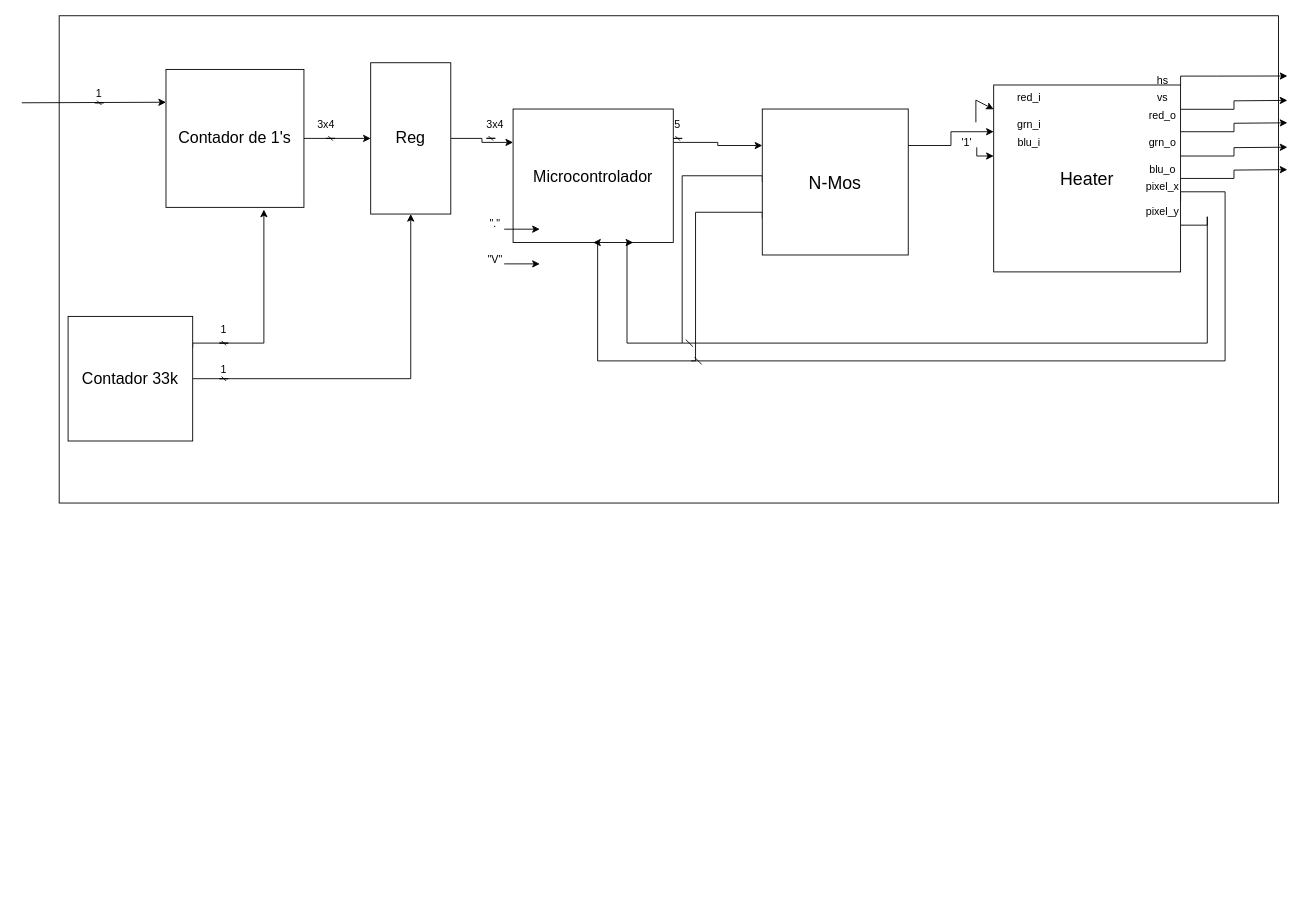
The draw.io diagram page "Page-1" (1 of 3) of template.drawio in jmoro1/EDIII, before the edit. Source tidied: cells renumbered, new cells numbered last; positions are measured from the earlier drawing's top-left corner, leaving out a move shared by most shapes. Both pictures are drawn from the tidied source at 89%, with x=0, y=0 at pixel (21, 15).
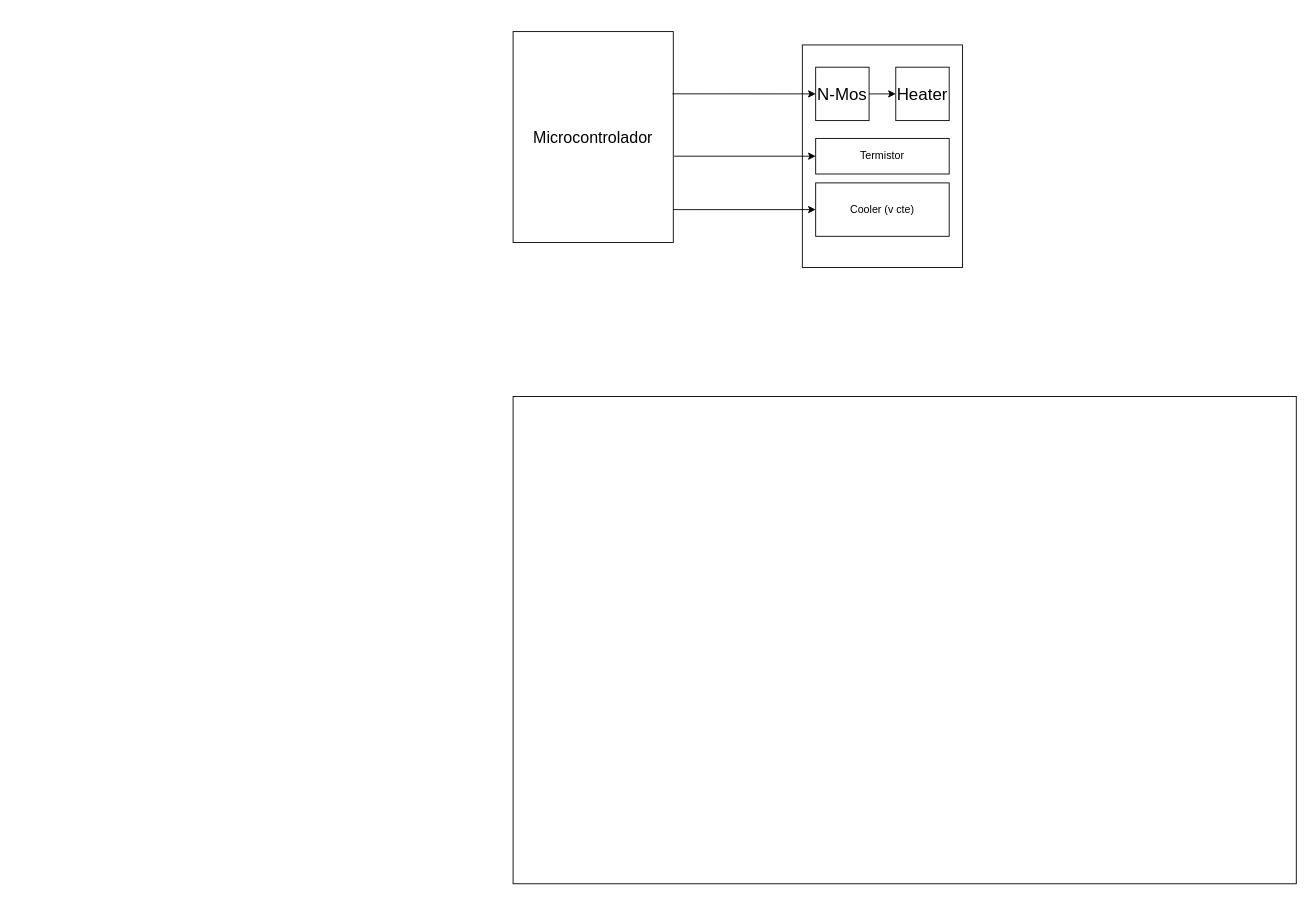
Above is the later version.

The edit, as a diff of the source:
```diff
@@
+    <mxCell id="54" style="rounded=0;whiteSpace=wrap;html=1;" parent="1" vertex="1">
+      <mxGeometry x="877" y="33" width="180" height="250" as="geometry" />
+    </mxCell>
     <mxCell id="2" style="rounded=0;whiteSpace=wrap;html=1;" parent="1" vertex="1">
-      <mxGeometry x="42" y="0.2" width="1370" height="547.5" as="geometry" />
+      <mxGeometry x="552" y="428" width="880" height="547.5" as="geometry" />
     </mxCell>
-    <mxCell id="3" style="edgeStyle=orthogonalEdgeStyle;rounded=0;jettySize=auto;html=1;exitX=1;exitY=0.5;exitDx=0;exitDy=0;entryX=0.5;entryY=1;entryDx=0;entryDy=0;" parent="1" edge="1" source="4" target="9">
-      <mxGeometry relative="1" as="geometry" />
-    </mxCell>
-    <mxCell id="4" value="&lt;font style=&quot;font-size: 18px;&quot;&gt;Contador de 1's&lt;br&gt;&lt;/font&gt;" style="whiteSpace=wrap;html=1;" parent="1" vertex="1">
-      <mxGeometry x="162" y="60.5" width="155" height="155" as="geometry" />
-    </mxCell>
-    <mxCell id="5" style="edgeStyle=orthogonalEdgeStyle;rounded=0;jettySize=auto;html=1;exitX=1;exitY=0.25;exitDx=0;exitDy=0;" parent="1" edge="1" source="7">
-      <mxGeometry relative="1" as="geometry">
-        <mxPoint x="272" y="218" as="targetPoint" />
-        <Array as="points">
-          <mxPoint x="192" y="368" />
-          <mxPoint x="272" y="368" />
-        </Array>
-      </mxGeometry>
-    </mxCell>
-    <mxCell id="6" style="edgeStyle=orthogonalEdgeStyle;rounded=0;jettySize=auto;html=1;exitX=1;exitY=0.5;exitDx=0;exitDy=0;entryX=1;entryY=0.5;entryDx=0;entryDy=0;" parent="1" edge="1" source="7" target="9">
-      <mxGeometry relative="1" as="geometry" />
-    </mxCell>
-    <mxCell id="7" value="Contador 33k" style="whiteSpace=wrap;html=1;fontSize=18;" parent="1" vertex="1">
-      <mxGeometry x="52" y="338" width="140" height="140" as="geometry" />
-    </mxCell>
-    <mxCell id="8" style="edgeStyle=orthogonalEdgeStyle;rounded=0;jettySize=auto;html=1;exitX=0.5;exitY=0;exitDx=0;exitDy=0;entryX=0.25;entryY=1;entryDx=0;entryDy=0;" parent="1" edge="1" source="9" target="11">
-      <mxGeometry relative="1" as="geometry" />
-    </mxCell>
-    <mxCell id="9" value="Reg" style="rounded=0;whiteSpace=wrap;html=1;direction=south;fontSize=18;points=[[0,0,0,0,0],[0,0.25,0,0,0],[0,0.62,0,0,0],[0,0.75,0,0,0],[0,0.88,0,0,0],[0,1,0,0,0],[0.25,0,0,0,0],[0.25,1,0,0,0],[0.5,0,0,0,0],[0.5,1,0,0,0],[0.75,0,0,0,0],[0.75,1,0,0,0],[1,0,0,0,0],[1,0.25,0,0,0],[1,0.5,0,0,0],[1,0.75,0,0,0],[1,1,0,0,0]];" parent="1" vertex="1">
-      <mxGeometry x="392" y="53" width="90" height="170" as="geometry" />
-    </mxCell>
+    <mxCell id="11" value="&lt;font style=&quot;font-size: 18px;&quot;&gt;Microcontrolador&lt;/font&gt;" style="rounded=0;whiteSpace=wrap;html=1;direction=south;fontSize=20;" parent="1" vertex="1">
+      <mxGeometry x="552" y="18" width="180" height="237" as="geometry" />
+    </mxCell>
+    <mxCell id="14" value="&lt;font style=&quot;font-size: 19px;&quot;&gt;N-Mos&lt;/font&gt;" style="whiteSpace=wrap;html=1;fontSize=20;" parent="1" vertex="1">
+      <mxGeometry x="892" y="58" width="60" height="60" as="geometry" />
+    </mxCell>
+    <mxCell id="22" value="&lt;font style=&quot;font-size: 19px;&quot;&gt;Heater&lt;/font&gt;" style="whiteSpace=wrap;html=1;fontSize=20;" parent="1" vertex="1">
+      <mxGeometry x="982" y="58" width="60" height="60" as="geometry" />
+    </mxCell>
+    <mxCell id="55" value="&lt;div&gt;Cooler (v cte)&lt;br&gt;&lt;/div&gt;" style="rounded=0;whiteSpace=wrap;html=1;" parent="1" vertex="1">
+      <mxGeometry x="892" y="188" width="150" height="60" as="geometry" />
+    </mxCell>
+    <mxCell id="56" value="Termistor" style="rounded=0;whiteSpace=wrap;html=1;" parent="1" vertex="1">
+      <mxGeometry x="892" y="138" width="150" height="40" as="geometry" />
+    </mxCell>
+    <mxCell id="57" style="endArrow=classic;html=1;rounded=0;entryX=0;entryY=0.5;entryDx=0;entryDy=0;exitX=0.844;exitY=0;exitDx=0;exitDy=0;exitPerimeter=0;" parent="1" edge="1" source="11" target="55">
+      <mxGeometry relative="1" as="geometry" />
+    </mxCell>
+    <mxCell id="58" style="endArrow=classic;html=1;rounded=0;entryX=0;entryY=0.5;entryDx=0;entryDy=0;" parent="1" edge="1" target="56">
+      <mxGeometry relative="1" as="geometry">
+        <mxPoint x="733" y="158" as="sourcePoint" />
+      </mxGeometry>
+    </mxCell>
-    <mxCell id="10" style="edgeStyle=orthogonalEdgeStyle;rounded=0;jettySize=auto;html=1;exitX=0.25;exitY=0;exitDx=0;exitDy=0;entryX=0;entryY=0.25;entryDx=0;entryDy=0;" parent="1" edge="1" source="11" target="14">
+    <mxCell id="10" style="endArrow=classic;html=1;rounded=0;entryX=0;entryY=0.5;entryDx=0;entryDy=0;exitX=0.295;exitY=0.005;exitDx=0;exitDy=0;exitPerimeter=0;" parent="1" edge="1" source="11" target="14">
       <mxGeometry relative="1" as="geometry" />
     </mxCell>
-    <mxCell id="11" value="&lt;font style=&quot;font-size: 18px;&quot;&gt;Microcontrolador&lt;/font&gt;" style="rounded=0;whiteSpace=wrap;html=1;direction=south;fontSize=20;" parent="1" vertex="1">
-      <mxGeometry x="552" y="105" width="180" height="150" as="geometry" />
-    </mxCell>
-    <mxCell id="12" style="edgeStyle=orthogonalEdgeStyle;rounded=0;jettySize=auto;html=1;exitX=0;exitY=0.5;exitDx=0;exitDy=0;entryX=1;entryY=0.25;entryDx=0;entryDy=0;" parent="1" edge="1" source="14" target="11">
-      <mxGeometry relative="1" as="geometry">
-        <Array as="points">
-          <mxPoint x="742" y="180" />
-          <mxPoint x="742" y="368" />
-          <mxPoint x="680" y="368" />
-        </Array>
-      </mxGeometry>
-    </mxCell>
-    <mxCell id="13" style="edgeStyle=orthogonalEdgeStyle;rounded=0;jettySize=auto;html=1;exitX=0;exitY=0.75;exitDx=0;exitDy=0;entryX=1;entryY=0.5;entryDx=0;entryDy=0;" parent="1" edge="1" source="14" target="11">
-      <mxGeometry relative="1" as="geometry">
-        <Array as="points">
-          <mxPoint x="757" y="221" />
-          <mxPoint x="757" y="388" />
-          <mxPoint x="647" y="388" />
-        </Array>
-      </mxGeometry>
-    </mxCell>
-    <mxCell id="14" value="N-Mos" style="whiteSpace=wrap;html=1;fontSize=20;" parent="1" vertex="1">
-      <mxGeometry x="832" y="105" width="164" height="164" as="geometry" />
-    </mxCell>
-    <mxCell id="15" style="edgeStyle=orthogonalEdgeStyle;rounded=0;jettySize=auto;html=1;exitX=1;exitY=0.75;exitDx=0;exitDy=0;strokeColor=default;endArrow=dash;endFill=0;" parent="1" edge="1" source="22">
-      <mxGeometry relative="1" as="geometry">
-        <mxPoint x="742" y="368" as="targetPoint" />
-        <Array as="points">
-          <mxPoint x="1332" y="226" />
-          <mxPoint x="1332" y="368" />
-          <mxPoint x="762" y="368" />
-        </Array>
-      </mxGeometry>
-    </mxCell>
-    <mxCell id="16" style="edgeStyle=orthogonalEdgeStyle;rounded=0;jettySize=auto;html=1;exitX=1;exitY=0.62;exitDx=0;exitDy=0;exitPerimeter=0;endArrow=dash;endFill=0;" parent="1" edge="1" source="22">
-      <mxGeometry relative="1" as="geometry">
-        <mxPoint x="752" y="388" as="targetPoint" />
-        <Array as="points">
-          <mxPoint x="1352" y="198" />
-          <mxPoint x="1352" y="388" />
-        </Array>
-      </mxGeometry>
-    </mxCell>
-    <mxCell id="17" style="edgeStyle=orthogonalEdgeStyle;rounded=0;jettySize=auto;html=1;exitX=1;exitY=0;exitDx=0;exitDy=0;exitPerimeter=0;" parent="1" edge="1" source="22">
-      <mxGeometry relative="1" as="geometry">
-        <mxPoint x="1422" y="67.9" as="targetPoint" />
-        <Array as="points">
-          <mxPoint x="1342" y="68" />
-          <mxPoint x="1342" y="68" />
-        </Array>
-      </mxGeometry>
-    </mxCell>
-    <mxCell id="18" style="edgeStyle=orthogonalEdgeStyle;rounded=0;jettySize=auto;html=1;exitX=1;exitY=0.13;exitDx=0;exitDy=0;exitPerimeter=0;" parent="1" edge="1" source="22">
-      <mxGeometry relative="1" as="geometry">
-        <mxPoint x="1422" y="95.3" as="targetPoint" />
-      </mxGeometry>
-    </mxCell>
-    <mxCell id="19" style="edgeStyle=orthogonalEdgeStyle;rounded=0;jettySize=auto;html=1;exitX=1;exitY=0.25;exitDx=0;exitDy=0;exitPerimeter=0;" parent="1" edge="1" source="22">
-      <mxGeometry relative="1" as="geometry">
-        <mxPoint x="1422" y="120.5" as="targetPoint" />
-      </mxGeometry>
-    </mxCell>
-    <mxCell id="20" style="edgeStyle=orthogonalEdgeStyle;rounded=0;jettySize=auto;html=1;exitX=1;exitY=0.38;exitDx=0;exitDy=0;exitPerimeter=0;" parent="1" edge="1" source="22">
-      <mxGeometry relative="1" as="geometry">
-        <mxPoint x="1422" y="147.9" as="targetPoint" />
-      </mxGeometry>
-    </mxCell>
-    <mxCell id="21" style="edgeStyle=orthogonalEdgeStyle;rounded=0;jettySize=auto;html=1;exitX=1;exitY=0.5;exitDx=0;exitDy=0;exitPerimeter=0;" parent="1" edge="1" source="22">
-      <mxGeometry relative="1" as="geometry">
-        <mxPoint x="1422" y="173.1" as="targetPoint" />
-      </mxGeometry>
-    </mxCell>
-    <mxCell id="22" value="Heater" style="whiteSpace=wrap;html=1;fontSize=20;points=[[0,0,0,0,0],[0,0.13,0,0,0],[0,0.25,0,0,0],[0,0.38,0,0,0],[0,0.5,0,0,0],[0,0.75,0,0,0],[0,1,0,0,0],[0.25,0,0,0,0],[0.25,1,0,0,0],[0.5,0,0,0,0],[0.5,1,0,0,0],[0.75,0,0,0,0],[0.75,1,0,0,0],[1,0,0,0,0],[1,0.13,0,0,0],[1,0.25,0,0,0],[1,0.38,0,0,0],[1,0.5,0,0,0],[1,0.62,0,0,0],[1,0.75,0,0,0],[1,1,0,0,0]];" parent="1" vertex="1">
-      <mxGeometry x="1092" y="78" width="210" height="210" as="geometry" />
-    </mxCell>
-    <mxCell id="23" style="edgeStyle=orthogonalEdgeStyle;rounded=0;jettySize=auto;html=1;exitX=1;exitY=0.25;exitDx=0;exitDy=0;entryX=0;entryY=0.25;entryDx=0;entryDy=0;entryPerimeter=0;" parent="1" edge="1" source="14" target="22">
+    <mxCell id="23" style="endArrow=classic;html=1;rounded=0;entryX=0;entryY=0.5;entryDx=0;entryDy=0;exitX=1;exitY=0.5;exitDx=0;exitDy=0;" parent="1" edge="1" source="14" target="22">
       <mxGeometry relative="1" as="geometry" />
     </mxCell>
-    <mxCell id="24" style="edgeStyle=orthogonalEdgeStyle;rounded=0;jettySize=auto;html=1;entryX=0;entryY=0.38;entryDx=0;entryDy=0;entryPerimeter=0;" parent="1" edge="1" target="22">
-      <mxGeometry relative="1" as="geometry">
-        <mxPoint x="1073" y="148" as="sourcePoint" />
-        <Array as="points">
-          <mxPoint x="1073" y="149" />
-          <mxPoint x="1073" y="148" />
-        </Array>
-      </mxGeometry>
-    </mxCell>
-    <mxCell id="25" style="endArrow=classic;html=1;rounded=0;entryX=0;entryY=0.13;entryDx=0;entryDy=0;entryPerimeter=0;" parent="1" edge="1" target="22">
-      <mxGeometry relative="1" as="geometry">
-        <mxPoint x="1072" y="120" as="sourcePoint" />
-        <Array as="points">
-          <mxPoint x="1072" y="95" />
-        </Array>
-      </mxGeometry>
-    </mxCell>
-    <mxCell id="26" value="hs" style="text;html=1;strokeColor=none;fillColor=none;align=center;verticalAlign=middle;whiteSpace=wrap;rounded=0;" parent="1" vertex="1">
-      <mxGeometry x="1252" y="68" width="60" height="10" as="geometry" />
-    </mxCell>
-    <mxCell id="27" value="vs" style="text;html=1;strokeColor=none;fillColor=none;align=center;verticalAlign=middle;whiteSpace=wrap;rounded=0;" parent="1" vertex="1">
-      <mxGeometry x="1252" y="88" width="60" height="10" as="geometry" />
-    </mxCell>
-    <mxCell id="28" value="red_o" style="text;html=1;strokeColor=none;fillColor=none;align=center;verticalAlign=middle;whiteSpace=wrap;rounded=0;" parent="1" vertex="1">
-      <mxGeometry x="1252" y="108" width="60" height="10" as="geometry" />
-    </mxCell>
-    <mxCell id="29" value="grn_o" style="text;html=1;strokeColor=none;fillColor=none;align=center;verticalAlign=middle;whiteSpace=wrap;rounded=0;" parent="1" vertex="1">
-      <mxGeometry x="1252" y="138" width="60" height="10" as="geometry" />
-    </mxCell>
-    <mxCell id="30" value="blu_o" style="text;html=1;strokeColor=none;fillColor=none;align=center;verticalAlign=middle;whiteSpace=wrap;rounded=0;" parent="1" vertex="1">
-      <mxGeometry x="1252" y="168" width="60" height="10" as="geometry" />
-    </mxCell>
-    <mxCell id="31" value="pixel_x" style="text;html=1;strokeColor=none;fillColor=none;align=center;verticalAlign=middle;whiteSpace=wrap;rounded=0;" parent="1" vertex="1">
-      <mxGeometry x="1252" y="188" width="60" height="10" as="geometry" />
-    </mxCell>
-    <mxCell id="32" value="pixel_y" style="text;html=1;strokeColor=none;fillColor=none;align=center;verticalAlign=middle;whiteSpace=wrap;rounded=0;" parent="1" vertex="1">
-      <mxGeometry x="1252" y="215.5" width="60" height="10" as="geometry" />
-    </mxCell>
-    <mxCell id="33" value="red_i" style="text;html=1;strokeColor=none;fillColor=none;align=center;verticalAlign=middle;whiteSpace=wrap;rounded=0;" parent="1" vertex="1">
-      <mxGeometry x="1102" y="88" width="60" height="10" as="geometry" />
-    </mxCell>
-    <mxCell id="34" value="grn_i" style="text;html=1;strokeColor=none;fillColor=none;align=center;verticalAlign=middle;whiteSpace=wrap;rounded=0;" parent="1" vertex="1">
-      <mxGeometry x="1102" y="118" width="60" height="10" as="geometry" />
-    </mxCell>
-    <mxCell id="35" value="blu_i" style="text;html=1;strokeColor=none;fillColor=none;align=center;verticalAlign=middle;whiteSpace=wrap;rounded=0;" parent="1" vertex="1">
-      <mxGeometry x="1102" y="138" width="60" height="10" as="geometry" />
-    </mxCell>
-    <mxCell id="36" value="'1'" style="text;html=1;strokeColor=none;fillColor=none;align=center;verticalAlign=middle;whiteSpace=wrap;rounded=0;" parent="1" vertex="1">
-      <mxGeometry x="1052" y="138" width="20" height="10" as="geometry" />
-    </mxCell>
-    <mxCell id="37" style="endArrow=none;html=1;rounded=0;endFill=0;endSize=0;startSize=3;jumpSize=5;strokeWidth=1;shadow=0;startArrow=dash;startFill=0;fillColor=none;" parent="1" edge="1">
-      <mxGeometry relative="1" as="geometry">
-        <mxPoint x="342" y="138" as="sourcePoint" />
-        <mxPoint x="342" y="138" as="targetPoint" />
-        <Array as="points">
-          <mxPoint x="352" y="138" />
-        </Array>
-      </mxGeometry>
-    </mxCell>
-    <mxCell id="38" style="endArrow=none;html=1;rounded=0;endFill=0;endSize=0;startSize=3;jumpSize=5;strokeWidth=1;shadow=0;startArrow=dash;startFill=0;fillColor=none;" parent="1" edge="1">
-      <mxGeometry relative="1" as="geometry">
-        <mxPoint x="222" y="408" as="sourcePoint" />
-        <mxPoint x="222" y="408" as="targetPoint" />
-        <Array as="points">
-          <mxPoint x="232" y="408" />
-        </Array>
-      </mxGeometry>
-    </mxCell>
-    <mxCell id="39" style="endArrow=none;html=1;rounded=0;endFill=0;endSize=0;startSize=3;jumpSize=5;strokeWidth=1;shadow=0;startArrow=dash;startFill=0;fillColor=none;" parent="1" edge="1">
-      <mxGeometry relative="1" as="geometry">
-        <mxPoint x="222" y="368" as="sourcePoint" />
-        <mxPoint x="222" y="368" as="targetPoint" />
-        <Array as="points">
-          <mxPoint x="232" y="368" />
-        </Array>
-      </mxGeometry>
-    </mxCell>
-    <mxCell id="40" style="endArrow=none;html=1;rounded=0;endFill=0;endSize=0;startSize=3;jumpSize=5;strokeWidth=1;shadow=0;startArrow=dash;startFill=0;fillColor=none;" parent="1" edge="1">
-      <mxGeometry relative="1" as="geometry">
-        <mxPoint x="522" y="137.9" as="sourcePoint" />
-        <mxPoint x="522" y="137.9" as="targetPoint" />
-        <Array as="points">
-          <mxPoint x="532" y="137.9" />
-        </Array>
-      </mxGeometry>
-    </mxCell>
-    <mxCell id="41" style="endArrow=none;html=1;rounded=0;endFill=0;endSize=0;startSize=3;jumpSize=5;strokeWidth=1;shadow=0;startArrow=dash;startFill=0;fillColor=none;" parent="1" edge="1">
-      <mxGeometry relative="1" as="geometry">
-        <mxPoint x="732" y="138" as="sourcePoint" />
-        <mxPoint x="732" y="138" as="targetPoint" />
-        <Array as="points">
-          <mxPoint x="742" y="138" />
-        </Array>
-      </mxGeometry>
-    </mxCell>
-    <mxCell id="42" value="3x4" style="text;html=1;strokeColor=none;fillColor=none;align=center;verticalAlign=middle;whiteSpace=wrap;rounded=0;" parent="1" vertex="1">
-      <mxGeometry x="332" y="113" width="20" height="20" as="geometry" />
-    </mxCell>
-    <mxCell id="43" value="3x4" style="text;html=1;strokeColor=none;fillColor=none;align=center;verticalAlign=middle;whiteSpace=wrap;rounded=0;" parent="1" vertex="1">
-      <mxGeometry x="522" y="113" width="20" height="20" as="geometry" />
-    </mxCell>
-    <mxCell id="44" value="1" style="text;html=1;strokeColor=none;fillColor=none;align=center;verticalAlign=middle;whiteSpace=wrap;rounded=0;" parent="1" vertex="1">
-      <mxGeometry x="222" y="348" width="10" height="10" as="geometry" />
-    </mxCell>
-    <mxCell id="45" value="1" style="text;html=1;strokeColor=none;fillColor=none;align=center;verticalAlign=middle;whiteSpace=wrap;rounded=0;" parent="1" vertex="1">
-      <mxGeometry x="222" y="393" width="10" height="10" as="geometry" />
-    </mxCell>
-    <mxCell id="46" value="5" style="text;html=1;strokeColor=none;fillColor=none;align=center;verticalAlign=middle;whiteSpace=wrap;rounded=0;" parent="1" vertex="1">
-      <mxGeometry x="732" y="118" width="10" height="10" as="geometry" />
-    </mxCell>
-    <mxCell id="47" style="endArrow=classic;html=1;rounded=0;entryX=0.75;entryY=1;entryDx=0;entryDy=0;entryPerimeter=0;" parent="1" edge="1">
-      <mxGeometry relative="1" as="geometry">
-        <mxPoint x="542" y="240" as="sourcePoint" />
-        <mxPoint x="582" y="240" as="targetPoint" />
-      </mxGeometry>
-    </mxCell>
-    <mxCell id="48" style="endArrow=classic;html=1;rounded=0;entryX=0.75;entryY=1;entryDx=0;entryDy=0;entryPerimeter=0;" parent="1" edge="1">
-      <mxGeometry relative="1" as="geometry">
-        <mxPoint x="542" y="279" as="sourcePoint" />
-        <mxPoint x="582" y="279" as="targetPoint" />
-      </mxGeometry>
-    </mxCell>
-    <mxCell id="49" value="&quot;.&quot;" style="text;html=1;strokeColor=none;fillColor=none;align=center;verticalAlign=middle;whiteSpace=wrap;rounded=0;" parent="1" vertex="1">
-      <mxGeometry x="522" y="229" width="20" height="10" as="geometry" />
-    </mxCell>
-    <mxCell id="50" value="&quot;V&quot;" style="text;html=1;strokeColor=none;fillColor=none;align=center;verticalAlign=middle;whiteSpace=wrap;rounded=0;" parent="1" vertex="1">
-      <mxGeometry x="522" y="269" width="20" height="10" as="geometry" />
-    </mxCell>
-    <mxCell id="51" style="endArrow=classic;html=1;rounded=0;entryX=0.75;entryY=1;entryDx=0;entryDy=0;entryPerimeter=0;" parent="1" edge="1">
-      <mxGeometry relative="1" as="geometry">
-        <mxPoint y="98" as="sourcePoint" />
-        <mxPoint x="162" y="97.4" as="targetPoint" />
-      </mxGeometry>
-    </mxCell>
-    <mxCell id="52" style="endArrow=none;html=1;rounded=0;endFill=0;endSize=0;startSize=3;jumpSize=5;strokeWidth=1;shadow=0;startArrow=dash;startFill=0;fillColor=none;" parent="1" edge="1">
-      <mxGeometry relative="1" as="geometry">
-        <mxPoint x="82" y="98" as="sourcePoint" />
-        <mxPoint x="82" y="98" as="targetPoint" />
-        <Array as="points">
-          <mxPoint x="92" y="98" />
-        </Array>
-      </mxGeometry>
-    </mxCell>
-    <mxCell id="53" value="1" style="text;html=1;strokeColor=none;fillColor=none;align=center;verticalAlign=middle;whiteSpace=wrap;rounded=0;" parent="1" vertex="1">
-      <mxGeometry x="82" y="83" width="10" height="10" as="geometry" />
-    </mxCell>
```
